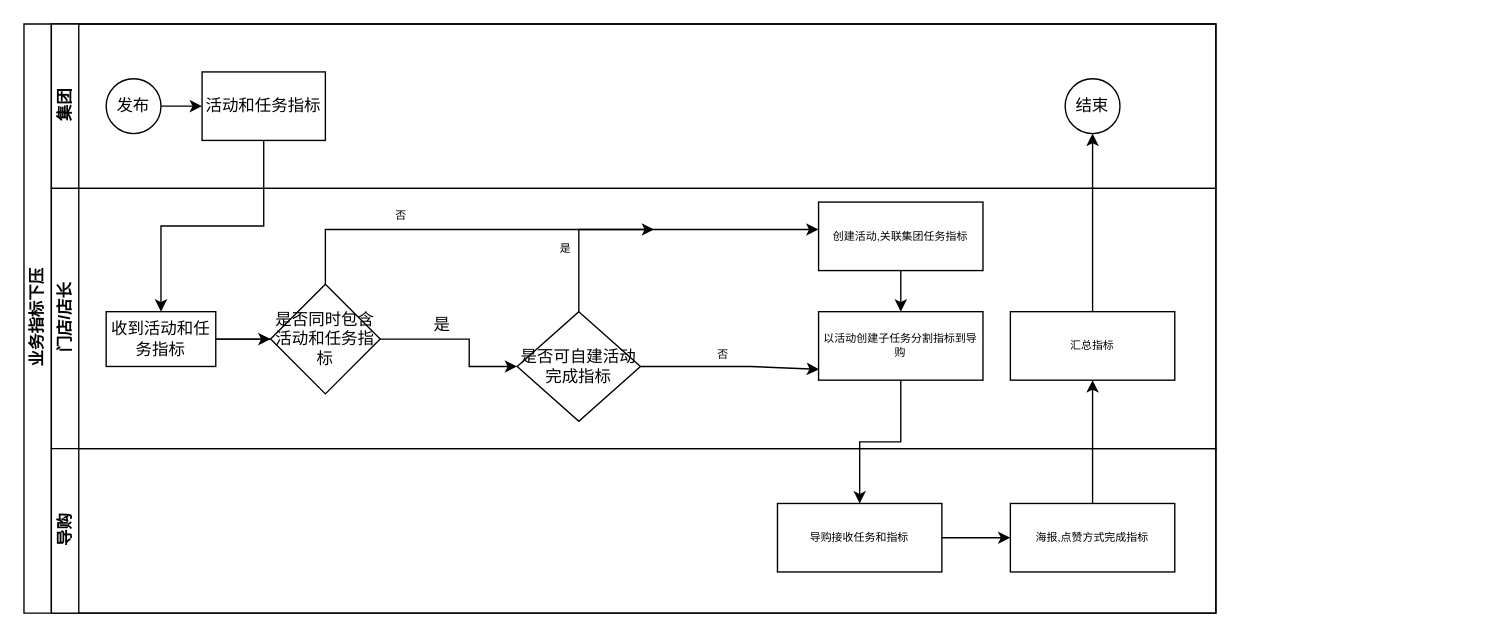
The draw.io diagram examples/业务闭环.drawio in linxinqiang90/drawio, before the edit. Source tidied: cells renumbered, new cells numbered last; positions are measured from the earlier drawing's top-left corner, leaving out a move shared by most shapes. Both pictures are drawn from the tidied source at 137%, with x=0, y=0 at pixel (23, 23).
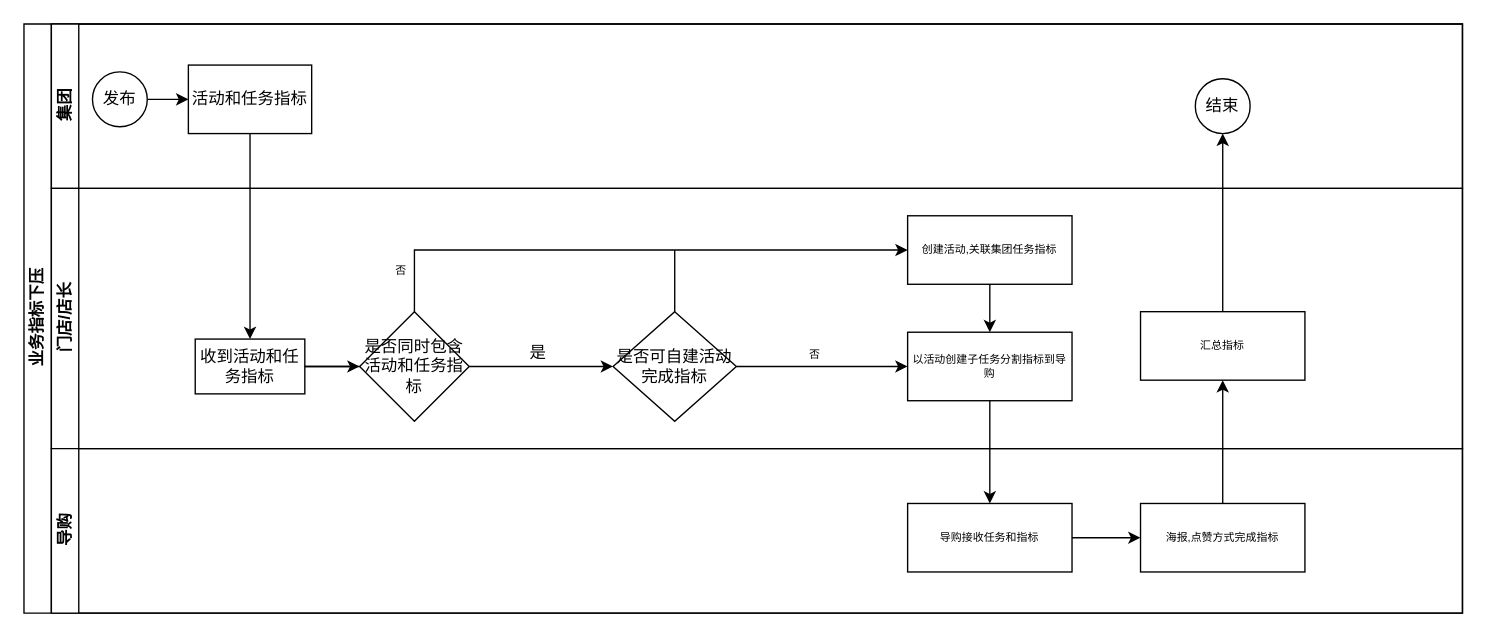
Above is the later version.

Commit message (it also covers changes not shown here):
更新业务闭环.drawio

The edit, as a diff of the source:
```diff
@@
     <mxCell id="2" value="业务指标下压" style="swimlane;html=1;horizontal=0;startSize=20;" parent="1" vertex="1">
-      <mxGeometry width="870" height="430" as="geometry" />
+      <mxGeometry width="1050" height="430" as="geometry" />
     </mxCell>
     <mxCell id="3" value="集团&lt;br&gt;" style="swimlane;html=1;startSize=20;horizontal=0;" parent="2" vertex="1">
-      <mxGeometry x="20" width="850" height="120" as="geometry" />
+      <mxGeometry x="20" width="1030" height="120" as="geometry" />
     </mxCell>
@@
     <mxCell id="5" value="发布" style="ellipse;whiteSpace=wrap;html=1;" parent="3" vertex="1">
-      <mxGeometry x="40" y="40" width="40" height="40" as="geometry" />
+      <mxGeometry x="30" y="35" width="40" height="40" as="geometry" />
     </mxCell>
     <mxCell id="6" value="活动和任务指标" style="rounded=0;whiteSpace=wrap;html=1;fontFamily=Helvetica;fontSize=12;fontColor=#000000;align=center;" parent="3" vertex="1">
-      <mxGeometry x="110" y="35" width="90" height="50" as="geometry" />
+      <mxGeometry x="100" y="30" width="90" height="50" as="geometry" />
     </mxCell>
     <mxCell id="7" value="结束" style="ellipse;whiteSpace=wrap;html=1;" parent="3" vertex="1">
-      <mxGeometry x="740" y="40" width="40" height="40" as="geometry" />
+      <mxGeometry x="835" y="40" width="40" height="40" as="geometry" />
     </mxCell>
     <mxCell id="8" value="门店/店长" style="swimlane;html=1;startSize=20;horizontal=0;" parent="2" vertex="1">
-      <mxGeometry x="20" y="120" width="850" height="190" as="geometry" />
+      <mxGeometry x="20" y="120" width="1030" height="190" as="geometry" />
     </mxCell>
     <mxCell id="9" style="edgeStyle=orthogonalEdgeStyle;rounded=0;jettySize=auto;html=1;endArrow=classic;endFill=1;startArrow=none;" parent="8" edge="1" source="22" target="11">
       <mxGeometry relative="1" as="geometry">
         <Array as="points">
-          <mxPoint x="305" y="110" />
-          <mxPoint x="305" y="130" />
+          <mxPoint x="320" y="130" />
+          <mxPoint x="320" y="130" />
         </Array>
       </mxGeometry>
     </mxCell>
     <mxCell id="10" value="收到活动和任务指标" style="rounded=0;whiteSpace=wrap;html=1;fontFamily=Helvetica;fontSize=12;fontColor=#000000;align=center;" parent="8" vertex="1">
-      <mxGeometry x="40" y="90" width="80" height="40" as="geometry" />
+      <mxGeometry x="105" y="110" width="80" height="40" as="geometry" />
     </mxCell>
     <mxCell id="11" value="是否可自建活动完成指标" style="rhombus;whiteSpace=wrap;html=1;fontFamily=Helvetica;fontSize=12;fontColor=#000000;align=center;" parent="8" vertex="1">
-      <mxGeometry x="340" y="90" width="90" height="80" as="geometry" />
+      <mxGeometry x="410" y="90" width="90" height="80" as="geometry" />
     </mxCell>
-    <mxCell id="12" style="edgeStyle=orthogonalEdgeStyle;rounded=0;jettySize=auto;html=1;fontSize=8;" parent="8" edge="1" source="13" target="17">
+    <mxCell id="12" style="edgeStyle=orthogonalEdgeStyle;rounded=0;jettySize=auto;html=1;fontSize=8;" parent="8" edge="1" target="17">
       <mxGeometry relative="1" as="geometry">
+        <mxPoint x="685" y="60" as="sourcePoint" />
         <Array as="points">
-          <mxPoint x="620" y="80" />
-          <mxPoint x="620" y="80" />
+          <mxPoint x="685" y="80" />
+          <mxPoint x="685" y="80" />
         </Array>
       </mxGeometry>
     </mxCell>
     <mxCell id="13" value="创建活动,关联集团任务指标" style="whiteSpace=wrap;html=1;fontColor=#000000;fontSize=8;" parent="8" vertex="1">
-      <mxGeometry x="560" y="10" width="120" height="50" as="geometry" />
+      <mxGeometry x="625" y="20" width="120" height="50" as="geometry" />
     </mxCell>
-    <mxCell id="14" style="edgeStyle=orthogonalEdgeStyle;rounded=0;jettySize=auto;html=1;exitX=0.5;exitY=0;exitDx=0;exitDy=0;" parent="8" edge="1" source="11" target="13">
-      <mxGeometry relative="1" as="geometry">
-        <Array as="points">
-          <mxPoint x="385" y="30" />
-        </Array>
-      </mxGeometry>
-    </mxCell>
-    <mxCell id="15" value="是" style="edgeLabel;html=1;align=center;verticalAlign=middle;fontSize=8;" parent="14" vertex="1">
-      <mxGeometry x="-0.71" y="2" relative="1" as="geometry">
-        <mxPoint x="-9" y="-13" as="offset" />
-      </mxGeometry>
-    </mxCell>
     <mxCell id="16" value="是" style="text;html=1;align=center;verticalAlign=middle;strokeColor=none;fillColor=none;" parent="8" vertex="1">
-      <mxGeometry x="270" y="90" width="30" height="20" as="geometry" />
+      <mxGeometry x="340" y="110" width="30" height="20" as="geometry" />
     </mxCell>
     <mxCell id="17" value="以活动创建子任务分割指标到导购" style="whiteSpace=wrap;html=1;fontSize=8;fontColor=#000000;" parent="8" vertex="1">
-      <mxGeometry x="560" y="90" width="120" height="50" as="geometry" />
+      <mxGeometry x="625" y="105" width="120" height="50" as="geometry" />
     </mxCell>
     <mxCell id="18" value="汇总指标" style="whiteSpace=wrap;html=1;fontSize=8;rounded=0;" parent="8" vertex="1">
-      <mxGeometry x="700" y="90" width="120" height="50" as="geometry" />
+      <mxGeometry x="795" y="90" width="120" height="50" as="geometry" />
     </mxCell>
-    <mxCell id="19" style="endArrow=classic;html=1;rounded=0;fontSize=8;entryX=0.003;entryY=0.842;entryDx=0;entryDy=0;entryPerimeter=0;" parent="8" edge="1" source="11" target="17">
+    <mxCell id="19" style="endArrow=classic;html=1;rounded=0;fontSize=8;exitX=1;exitY=0.5;exitDx=0;exitDy=0;" parent="8" edge="1" source="11">
       <mxGeometry relative="1" as="geometry">
+        <mxPoint x="625" y="130" as="targetPoint" />
         <Array as="points">
-          <mxPoint x="510" y="130" />
+          <mxPoint x="580" y="130" />
         </Array>
       </mxGeometry>
     </mxCell>
@@
     <mxCell id="22" value="&lt;span&gt;是否同时包含活动和任务指标&lt;/span&gt;" style="rhombus;whiteSpace=wrap;html=1;fontColor=#000000;rounded=0;" parent="8" vertex="1">
-      <mxGeometry x="160" y="70" width="80" height="80" as="geometry" />
+      <mxGeometry x="225" y="90" width="80" height="80" as="geometry" />
     </mxCell>
@@
-    <mxCell id="24" style="endArrow=classic;html=1;rounded=0;fontSize=8;exitX=0.5;exitY=0;exitDx=0;exitDy=0;" parent="8" edge="1" source="22">
+    <mxCell id="24" style="endArrow=classic;html=1;rounded=0;fontSize=8;exitX=0.5;exitY=0;exitDx=0;exitDy=0;" parent="8" edge="1" source="22" target="13">
       <mxGeometry relative="1" as="geometry">
-        <mxPoint x="440" y="30" as="targetPoint" />
         <Array as="points">
-          <mxPoint x="200" y="30" />
-          <mxPoint x="370" y="30" />
+          <mxPoint x="265" y="45" />
+          <mxPoint x="435" y="45" />
         </Array>
       </mxGeometry>
     </mxCell>
     <mxCell id="25" value="否" style="text;html=1;align=center;verticalAlign=middle;strokeColor=none;fillColor=none;fontSize=8;" parent="8" vertex="1">
-      <mxGeometry x="240" y="10" width="30" height="20" as="geometry" />
+      <mxGeometry x="240" y="50" width="30" height="20" as="geometry" />
     </mxCell>
+    <mxCell id="34" style="endArrow=none;html=1;rounded=0;fontSize=8;exitX=0.5;exitY=0;exitDx=0;exitDy=0;" parent="8" edge="1" source="11">
+      <mxGeometry relative="1" as="geometry">
+        <mxPoint x="455" y="45" as="targetPoint" />
+      </mxGeometry>
+    </mxCell>
     <mxCell id="26" value="导购" style="swimlane;html=1;startSize=20;horizontal=0;" parent="2" vertex="1">
-      <mxGeometry x="20" y="310" width="850" height="120" as="geometry" />
+      <mxGeometry x="20" y="310" width="1030" height="120" as="geometry" />
     </mxCell>
@@
     <mxCell id="28" value="导购接收任务和指标" style="rounded=0;whiteSpace=wrap;html=1;fontSize=8;" parent="26" vertex="1">
-      <mxGeometry x="530" y="40" width="120" height="50" as="geometry" />
+      <mxGeometry x="625" y="40" width="120" height="50" as="geometry" />
     </mxCell>
     <mxCell id="29" value="海报,点赞方式完成指标" style="whiteSpace=wrap;html=1;fontSize=8;rounded=0;" parent="26" vertex="1">
-      <mxGeometry x="700" y="40" width="120" height="50" as="geometry" />
+      <mxGeometry x="795" y="40" width="120" height="50" as="geometry" />
     </mxCell>
```
